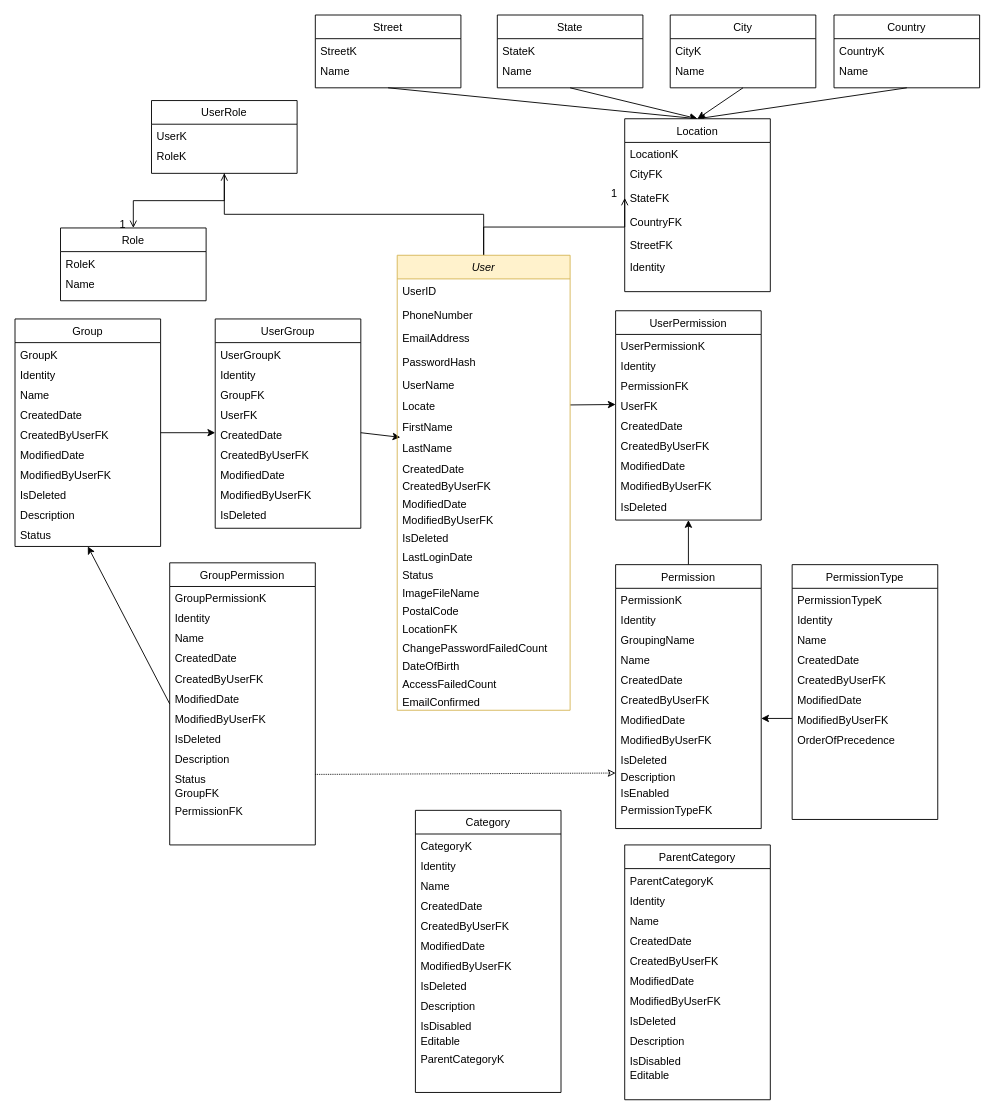
KimPhiJSCDVLP/DemoGitHub keeps this draw.io diagram as Untitled Diagram.drawio. Above is the earlier version. Source tidied: cells renumbered, new cells numbered last; positions are measured from the earlier drawing's top-left corner, leaving out a move shared by most shapes. Both pictures are drawn from the tidied source at 91%, with x=0, y=0 at pixel (15, 15).
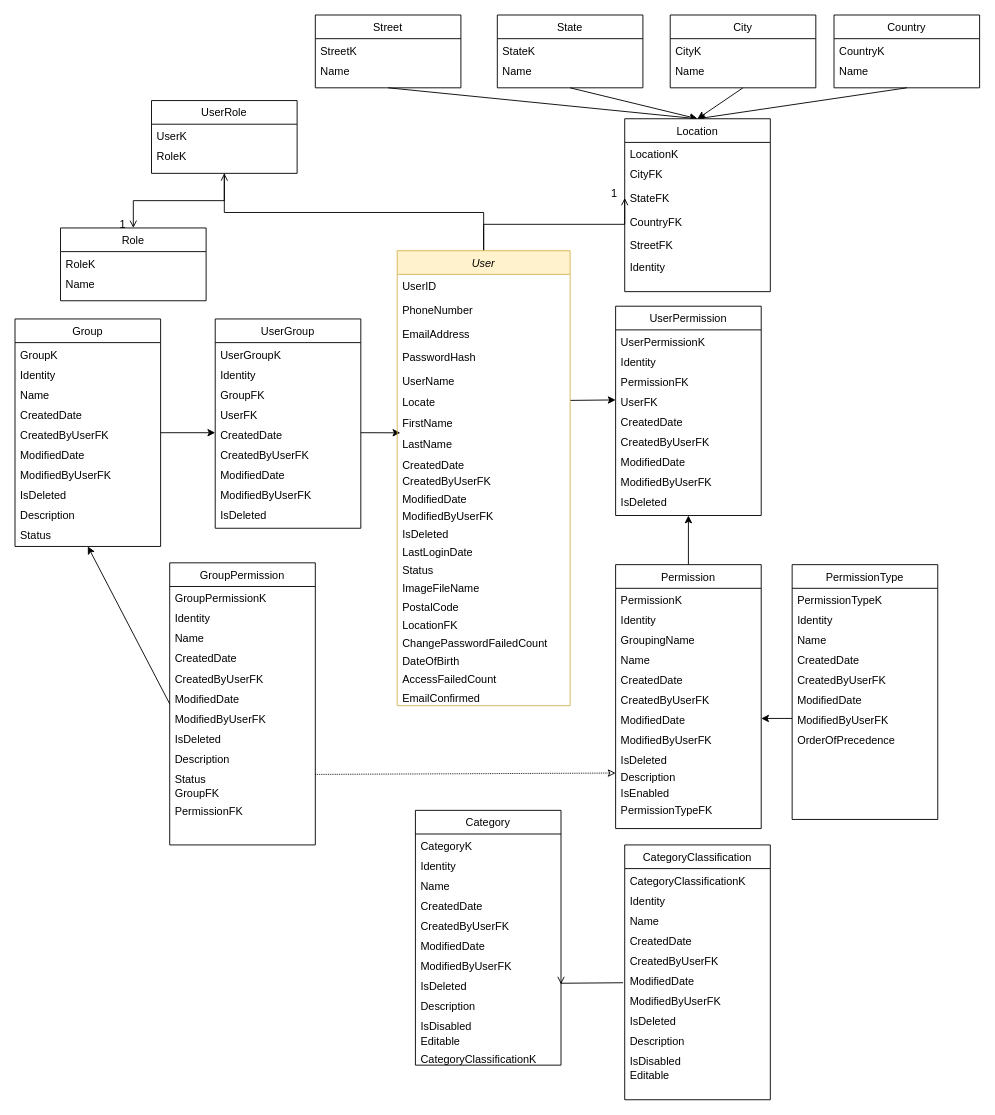
The same page after the edit.

The change refers to these unchanged cells:
```xml
<mxCell id="140" value="IsDeleted" style="text;align=left;verticalAlign=top;spacingLeft=4;spacingRight=4;overflow=hidden;points=[[0,0.5],[1,0.5]];portConstraint=eastwest;rounded=0;shadow=0;html=0;" parent="132" vertex="1">
  <mxGeometry y="180" width="160" height="22" as="geometry" />
</mxCell>
<mxCell id="152" value="ModifiedByUserFK" style="text;align=left;verticalAlign=top;spacingLeft=4;spacingRight=4;overflow=hidden;points=[[0,0.5],[1,0.5]];portConstraint=eastwest;rounded=0;shadow=0;html=0;" parent="145" vertex="1">
  <mxGeometry y="158" width="160" height="22" as="geometry" />
</mxCell>
```

What changed in the source:
```diff
@@
     <mxCell id="57" value="User" style="swimlane;fontStyle=2;align=center;verticalAlign=top;horizontal=1;startSize=26;rounded=0;shadow=0;strokeWidth=1;fillColor=#fff2cc;strokeColor=#d6b656;" parent="1" vertex="1">
-      <mxGeometry x="420" y="264" width="190" height="500" as="geometry" />
+      <mxGeometry x="420" y="259" width="190" height="500" as="geometry" />
     </mxCell>
@@
     <mxCell id="80" value="UserPermission" style="swimlane;fontStyle=0;align=center;verticalAlign=top;horizontal=1;startSize=26;rounded=0;shadow=0;strokeWidth=1;" parent="1" vertex="1">
-      <mxGeometry x="660" y="325" width="160" height="230" as="geometry" />
+      <mxGeometry x="660" y="320" width="160" height="230" as="geometry" />
     </mxCell>
@@
     <mxCell id="132" value="Category" style="swimlane;fontStyle=0;align=center;verticalAlign=top;horizontal=1;startSize=26;rounded=0;shadow=0;strokeWidth=1;" parent="1" vertex="1">
-      <mxGeometry x="440" y="874" width="160" height="310" as="geometry" />
+      <mxGeometry x="440" y="874" width="160" height="280" as="geometry" />
     </mxCell>
@@
-    <mxCell id="144" value="ParentCategoryK" style="text;align=left;verticalAlign=top;spacingLeft=4;spacingRight=4;overflow=hidden;rounded=0;shadow=0;html=0;" parent="132" vertex="1">
-      <mxGeometry y="260" width="160" height="20" as="geometry" />
-    </mxCell>
+    <mxCell id="157" value="CategoryClassificationK" style="text;align=left;verticalAlign=top;spacingLeft=4;spacingRight=4;overflow=hidden;rounded=0;shadow=0;html=0;" parent="132" vertex="1">
+      <mxGeometry y="260" width="160" height="20" as="geometry" />
+    </mxCell>
-    <mxCell id="145" value="ParentCategory" style="swimlane;fontStyle=0;align=center;verticalAlign=top;horizontal=1;startSize=26;rounded=0;shadow=0;strokeWidth=1;" parent="1" vertex="1">
+    <mxCell id="145" value="CategoryClassification" style="swimlane;fontStyle=0;align=center;verticalAlign=top;horizontal=1;startSize=26;rounded=0;shadow=0;strokeWidth=1;" parent="1" vertex="1">
       <mxGeometry x="670" y="912" width="160" height="280" as="geometry" />
     </mxCell>
-    <mxCell id="146" value="ParentCategoryK" style="text;align=left;verticalAlign=top;spacingLeft=4;spacingRight=4;overflow=hidden;" parent="145" vertex="1">
+    <mxCell id="146" value="CategoryClassificationK" style="text;align=left;verticalAlign=top;spacingLeft=4;spacingRight=4;overflow=hidden;" parent="145" vertex="1">
       <mxGeometry y="26" width="160" height="22" as="geometry" />
     </mxCell>
@@
+    <mxCell id="158" style="endArrow=open;shadow=0;strokeWidth=1;rounded=0;endFill=1;edgeStyle=elbowEdgeStyle;elbow=vertical;entryX=1;entryY=0.5;entryDx=0;entryDy=0;exitX=-0.011;exitY=-0.298;exitDx=0;exitDy=0;exitPerimeter=0;" parent="1" edge="1" source="152" target="140">
+      <mxGeometry x="0.5" y="41" relative="1" as="geometry">
+        <mxPoint x="-40" y="32" as="offset" />
+      </mxGeometry>
+    </mxCell>
```
